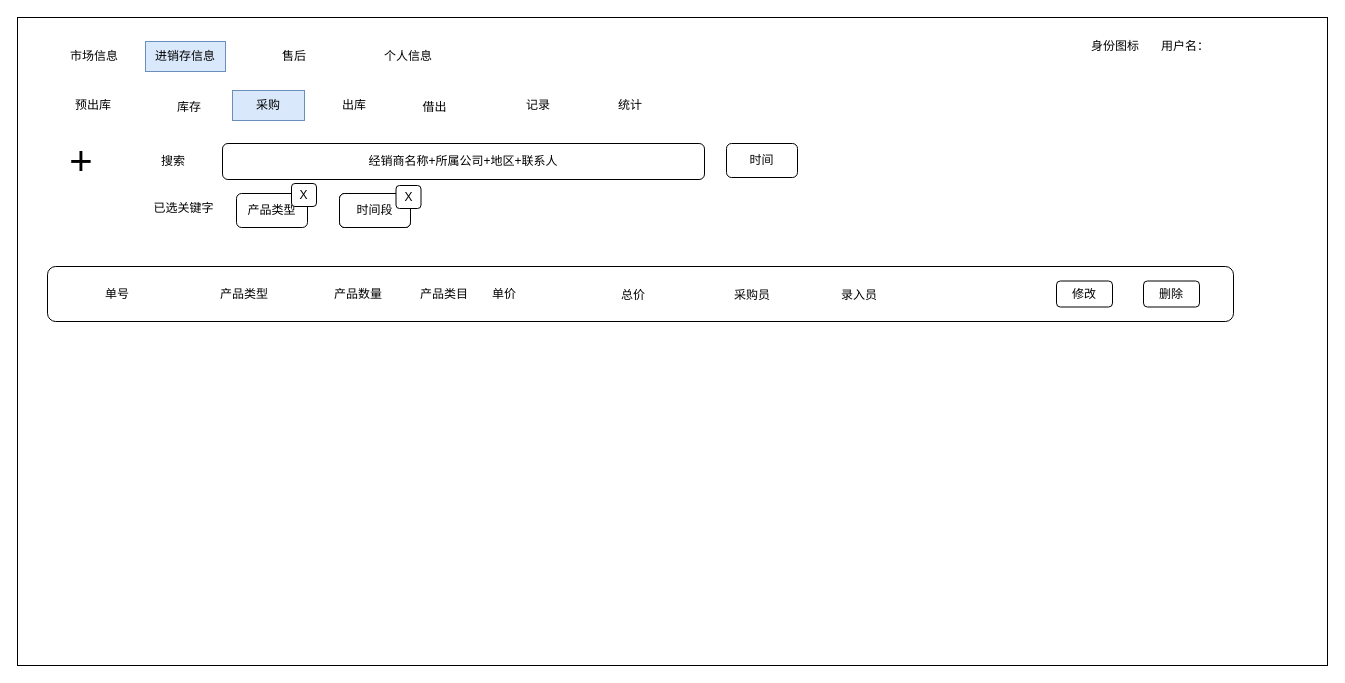
The draw.io diagram page "采购" (3 of 8) of 泰加进销存.drawio in cangwang/news, before the edit. Source tidied: cells renumbered, new cells numbered last; positions are measured from the earlier drawing's top-left corner, leaving out a move shared by most shapes. Both pictures are drawn from the tidied source at 100%, with x=0, y=0 at pixel (17, 17).
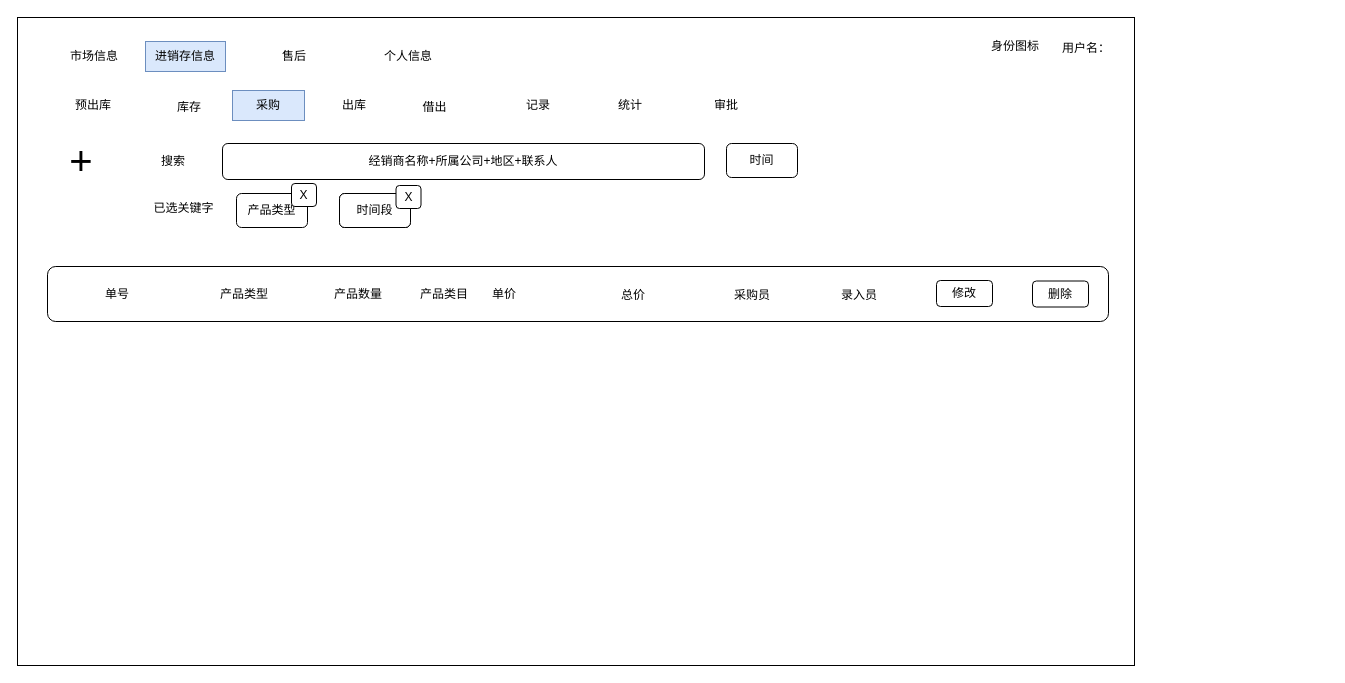
Above is the later version.

Diff of the diagram source:
```diff
@@
     <mxCell id="2" style="rounded=0;whiteSpace=wrap;html=1;" parent="1" vertex="1">
-      <mxGeometry width="1310" height="648" as="geometry" />
+      <mxGeometry width="1117" height="648" as="geometry" />
     </mxCell>
@@
     <mxCell id="10" value="用户名：" style="text;html=1;strokeColor=none;fillColor=none;align=center;verticalAlign=middle;whiteSpace=wrap;rounded=0;fontSize=12;" parent="1" vertex="1">
-      <mxGeometry x="1138" y="14" width="60" height="30" as="geometry" />
+      <mxGeometry x="1039" y="16" width="60" height="30" as="geometry" />
     </mxCell>
     <mxCell id="11" value="身份图标" style="text;html=1;strokeColor=none;fillColor=none;align=center;verticalAlign=middle;whiteSpace=wrap;rounded=0;fontSize=12;" parent="1" vertex="1">
-      <mxGeometry x="1068" y="14" width="60" height="30" as="geometry" />
+      <mxGeometry x="968" y="14" width="60" height="30" as="geometry" />
     </mxCell>
@@
     <mxCell id="17" style="rounded=1;whiteSpace=wrap;html=1;fontSize=12;" parent="1" vertex="1">
-      <mxGeometry x="30" y="249" width="1186" height="55" as="geometry" />
+      <mxGeometry x="30" y="249" width="1061" height="55" as="geometry" />
     </mxCell>
     <mxCell id="18" value="修改" style="rounded=1;whiteSpace=wrap;html=1;fontSize=12;" parent="1" vertex="1">
-      <mxGeometry x="1039" y="263.5" width="56" height="26" as="geometry" />
+      <mxGeometry x="919" y="263" width="56" height="26" as="geometry" />
     </mxCell>
     <mxCell id="19" value="删除" style="rounded=1;whiteSpace=wrap;html=1;fontSize=12;" parent="1" vertex="1">
-      <mxGeometry x="1126" y="263.5" width="56" height="26" as="geometry" />
+      <mxGeometry x="1015" y="263.5" width="56" height="26" as="geometry" />
     </mxCell>
@@
+    <mxCell id="37" value="审批" style="text;html=1;align=center;verticalAlign=middle;whiteSpace=wrap;rounded=0;" parent="1" vertex="1">
+      <mxGeometry x="669" y="73" width="80" height="30" as="geometry" />
+    </mxCell>
```
